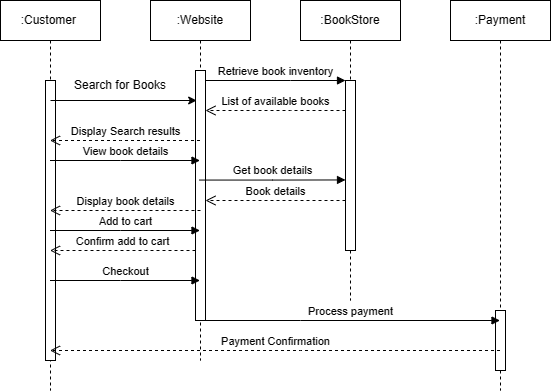
Earlier version of the draw.io export ss.drawio.png (YousefFatafta/Online-Book-Store). Source tidied: cells renumbered, new cells last; positions are measured from the earlier drawing's top-left corner, leaving out a move shared by most shapes. Its diagram source:
```xml
<mxGraphModel background="#ffffff">
  <root>
    <mxCell id="0" />
    <mxCell id="1" parent="0" />
    <mxCell id="2" value=":Website" style="shape=umlLifeline;perimeter=lifelinePerimeter;whiteSpace=wrap;html=1;outlineConnect=0;portConstraint=eastwest;newEdgeStyle={&quot;edgeStyle&quot;:&quot;elbowEdgeStyle&quot;,&quot;elbow&quot;:&quot;vertical&quot;,&quot;curved&quot;:0,&quot;rounded&quot;:0};" parent="1" vertex="1">
      <mxGeometry x="150" width="100" height="360" as="geometry" />
    </mxCell>
    <mxCell id="3" style="html=1;points=[];perimeter=orthogonalPerimeter;outlineConnect=0;targetShapes=umlLifeline;portConstraint=eastwest;newEdgeStyle={&quot;edgeStyle&quot;:&quot;elbowEdgeStyle&quot;,&quot;elbow&quot;:&quot;vertical&quot;,&quot;curved&quot;:0,&quot;rounded&quot;:0};" parent="2" vertex="1">
      <mxGeometry x="45" y="70" width="10" height="250" as="geometry" />
    </mxCell>
    <mxCell id="4" value=":BookStore" style="shape=umlLifeline;perimeter=lifelinePerimeter;whiteSpace=wrap;html=1;newEdgeStyle={&quot;edgeStyle&quot;:&quot;elbowEdgeStyle&quot;,&quot;elbow&quot;:&quot;vertical&quot;,&quot;curved&quot;:0,&quot;rounded&quot;:0};" parent="1" vertex="1">
      <mxGeometry x="300" width="100" height="300" as="geometry" />
    </mxCell>
    <mxCell id="5" style="html=1;points=[];perimeter=orthogonalPerimeter;outlineConnect=0;targetShapes=umlLifeline;portConstraint=eastwest;newEdgeStyle={&quot;edgeStyle&quot;:&quot;elbowEdgeStyle&quot;,&quot;elbow&quot;:&quot;vertical&quot;,&quot;curved&quot;:0,&quot;rounded&quot;:0};" parent="4" vertex="1">
      <mxGeometry x="45" y="80" width="10" height="170" as="geometry" />
    </mxCell>
    <mxCell id="6" value="Retrieve book inventory" style="html=1;verticalAlign=bottom;endArrow=block;edgeStyle=elbowEdgeStyle;elbow=vertical;curved=0;rounded=0;" parent="1" edge="1" source="3" target="5">
      <mxGeometry relative="1" as="geometry">
        <Array as="points">
          <mxPoint x="290" y="80" />
        </Array>
      </mxGeometry>
    </mxCell>
    <mxCell id="7" value="List of available books" style="html=1;verticalAlign=bottom;endArrow=open;dashed=1;endSize=8;edgeStyle=elbowEdgeStyle;elbow=vertical;curved=0;rounded=0;" parent="1" edge="1" source="5" target="3">
      <mxGeometry relative="1" as="geometry">
        <Array as="points">
          <mxPoint x="290" y="110" />
        </Array>
      </mxGeometry>
    </mxCell>
    <mxCell id="8" value=":Payment" style="shape=umlLifeline;perimeter=lifelinePerimeter;whiteSpace=wrap;html=1;outlineConnect=0;portConstraint=eastwest;newEdgeStyle={&quot;edgeStyle&quot;:&quot;elbowEdgeStyle&quot;,&quot;elbow&quot;:&quot;vertical&quot;,&quot;curved&quot;:0,&quot;rounded&quot;:0};" parent="1" vertex="1">
      <mxGeometry x="450" width="100" height="390" as="geometry" />
    </mxCell>
    <mxCell id="9" style="html=1;perimeter=orthogonalPerimeter;targetShapes=umlLifeline;newEdgeStyle={&quot;edgeStyle&quot;:&quot;elbowEdgeStyle&quot;,&quot;elbow&quot;:&quot;vertical&quot;,&quot;curved&quot;:0,&quot;rounded&quot;:0};" parent="8" vertex="1">
      <mxGeometry x="45" y="310" width="10" height="60" as="geometry" />
    </mxCell>
    <mxCell id="10" value=":Customer&amp;nbsp;" style="shape=umlLifeline;perimeter=lifelinePerimeter;whiteSpace=wrap;html=1;outlineConnect=0;portConstraint=eastwest;newEdgeStyle={&quot;edgeStyle&quot;:&quot;elbowEdgeStyle&quot;,&quot;elbow&quot;:&quot;vertical&quot;,&quot;curved&quot;:0,&quot;rounded&quot;:0};" parent="1" vertex="1">
      <mxGeometry width="100" height="390" as="geometry" />
    </mxCell>
    <mxCell id="11" style="html=1;perimeter=orthogonalPerimeter;targetShapes=umlLifeline;newEdgeStyle={&quot;edgeStyle&quot;:&quot;elbowEdgeStyle&quot;,&quot;elbow&quot;:&quot;vertical&quot;,&quot;curved&quot;:0,&quot;rounded&quot;:0};" parent="10" vertex="1">
      <mxGeometry x="45" y="80" width="10" height="280" as="geometry" />
    </mxCell>
    <mxCell id="12" style="endArrow=classic;html=1;rounded=0;" parent="1" edge="1">
      <mxGeometry relative="1" as="geometry">
        <mxPoint x="50" y="100" as="sourcePoint" />
        <mxPoint x="196.2" y="100" as="targetPoint" />
      </mxGeometry>
    </mxCell>
    <mxCell id="13" value="Search for Books" style="text;html=1;align=center;verticalAlign=middle;whiteSpace=wrap;rounded=0;" parent="1" vertex="1">
      <mxGeometry x="60" y="70" width="120" height="30" as="geometry" />
    </mxCell>
    <mxCell id="14" value="Display Search results" style="html=1;verticalAlign=bottom;endArrow=open;dashed=1;endSize=8;edgeStyle=elbowEdgeStyle;elbow=vertical;curved=0;rounded=0;" parent="1" edge="1" source="2" target="10">
      <mxGeometry relative="1" as="geometry">
        <Array as="points">
          <mxPoint x="120" y="140" />
        </Array>
      </mxGeometry>
    </mxCell>
    <mxCell id="15" value="View book details" style="html=1;verticalAlign=bottom;endArrow=block;edgeStyle=elbowEdgeStyle;elbow=vertical;curved=0;rounded=0;" parent="1" edge="1" source="10" target="2">
      <mxGeometry relative="1" as="geometry">
        <Array as="points">
          <mxPoint x="120" y="160" />
        </Array>
      </mxGeometry>
    </mxCell>
    <mxCell id="16" value="Display book details" style="html=1;verticalAlign=bottom;endArrow=open;dashed=1;endSize=8;edgeStyle=elbowEdgeStyle;elbow=vertical;curved=0;rounded=0;" parent="1" edge="1" target="10">
      <mxGeometry relative="1" as="geometry">
        <mxPoint x="200" y="210" as="sourcePoint" />
        <Array as="points">
          <mxPoint x="200" y="210" />
        </Array>
      </mxGeometry>
    </mxCell>
    <mxCell id="17" value="Add to cart" style="html=1;verticalAlign=bottom;endArrow=block;edgeStyle=elbowEdgeStyle;elbow=vertical;curved=0;rounded=0;" parent="1" edge="1" source="10" target="2">
      <mxGeometry relative="1" as="geometry">
        <Array as="points">
          <mxPoint x="120" y="230" />
        </Array>
      </mxGeometry>
    </mxCell>
    <mxCell id="18" value="Confirm add to cart" style="html=1;verticalAlign=bottom;endArrow=open;dashed=1;endSize=8;edgeStyle=elbowEdgeStyle;elbow=vertical;curved=0;rounded=0;" parent="1" edge="1" source="3" target="10">
      <mxGeometry relative="1" as="geometry">
        <Array as="points">
          <mxPoint x="145" y="250" />
        </Array>
      </mxGeometry>
    </mxCell>
    <mxCell id="19" value="Checkout" style="html=1;verticalAlign=bottom;endArrow=block;edgeStyle=elbowEdgeStyle;elbow=vertical;curved=0;rounded=0;" parent="1" edge="1" source="10" target="2">
      <mxGeometry relative="1" as="geometry">
        <Array as="points">
          <mxPoint x="120" y="280" />
        </Array>
      </mxGeometry>
    </mxCell>
    <mxCell id="20" value="Get book details" style="html=1;verticalAlign=bottom;endArrow=block;edgeStyle=elbowEdgeStyle;elbow=horizontal;curved=0;rounded=0;" parent="1" edge="1">
      <mxGeometry relative="1" as="geometry">
        <mxPoint x="199" y="179.6" as="sourcePoint" />
        <mxPoint x="345" y="179.4" as="targetPoint" />
      </mxGeometry>
    </mxCell>
    <mxCell id="21" value="Book details" style="html=1;verticalAlign=bottom;endArrow=open;dashed=1;endSize=8;edgeStyle=elbowEdgeStyle;elbow=vertical;curved=0;rounded=0;" parent="1" edge="1" source="5" target="3">
      <mxGeometry relative="1" as="geometry">
        <Array as="points">
          <mxPoint x="300" y="200" />
        </Array>
      </mxGeometry>
    </mxCell>
    <mxCell id="22" value="Process payment" style="html=1;verticalAlign=bottom;endArrow=block;edgeStyle=elbowEdgeStyle;elbow=vertical;curved=0;rounded=0;" parent="1" edge="1" source="2" target="8">
      <mxGeometry relative="1" as="geometry">
        <Array as="points">
          <mxPoint x="300" y="320" />
        </Array>
      </mxGeometry>
    </mxCell>
    <mxCell id="23" value="Payment Confirmation" style="html=1;verticalAlign=bottom;endArrow=open;dashed=1;endSize=8;edgeStyle=elbowEdgeStyle;elbow=vertical;curved=0;rounded=0;" parent="1" edge="1" source="8" target="10">
      <mxGeometry relative="1" as="geometry">
        <Array as="points">
          <mxPoint x="300" y="350" />
        </Array>
      </mxGeometry>
    </mxCell>
  </root>
</mxGraphModel>
```
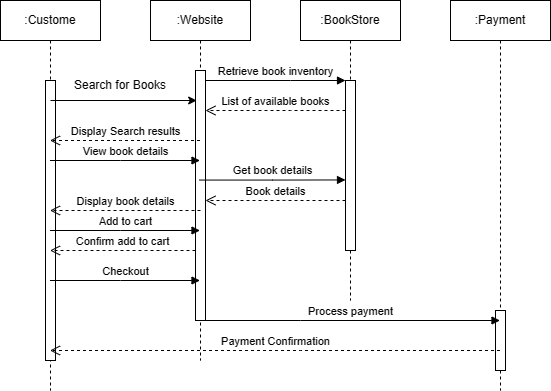
Above is the later version.

Diff of the diagram source:
```diff
@@ -34,7 +34,7 @@
     <mxCell id="9" style="html=1;perimeter=orthogonalPerimeter;targetShapes=umlLifeline;newEdgeStyle={&quot;edgeStyle&quot;:&quot;elbowEdgeStyle&quot;,&quot;elbow&quot;:&quot;vertical&quot;,&quot;curved&quot;:0,&quot;rounded&quot;:0};" parent="8" vertex="1">
       <mxGeometry x="45" y="310" width="10" height="60" as="geometry" />
     </mxCell>
-    <mxCell id="10" value=":Customer&amp;nbsp;" style="shape=umlLifeline;perimeter=lifelinePerimeter;whiteSpace=wrap;html=1;outlineConnect=0;portConstraint=eastwest;newEdgeStyle={&quot;edgeStyle&quot;:&quot;elbowEdgeStyle&quot;,&quot;elbow&quot;:&quot;vertical&quot;,&quot;curved&quot;:0,&quot;rounded&quot;:0};" parent="1" vertex="1">
+    <mxCell id="10" value=":Custome" style="shape=umlLifeline;perimeter=lifelinePerimeter;whiteSpace=wrap;html=1;outlineConnect=0;portConstraint=eastwest;newEdgeStyle={&quot;edgeStyle&quot;:&quot;elbowEdgeStyle&quot;,&quot;elbow&quot;:&quot;vertical&quot;,&quot;curved&quot;:0,&quot;rounded&quot;:0};" parent="1" vertex="1">
       <mxGeometry width="100" height="390" as="geometry" />
     </mxCell>
     <mxCell id="11" style="html=1;perimeter=orthogonalPerimeter;targetShapes=umlLifeline;newEdgeStyle={&quot;edgeStyle&quot;:&quot;elbowEdgeStyle&quot;,&quot;elbow&quot;:&quot;vertical&quot;,&quot;curved&quot;:0,&quot;rounded&quot;:0};" parent="10" vertex="1">
```
